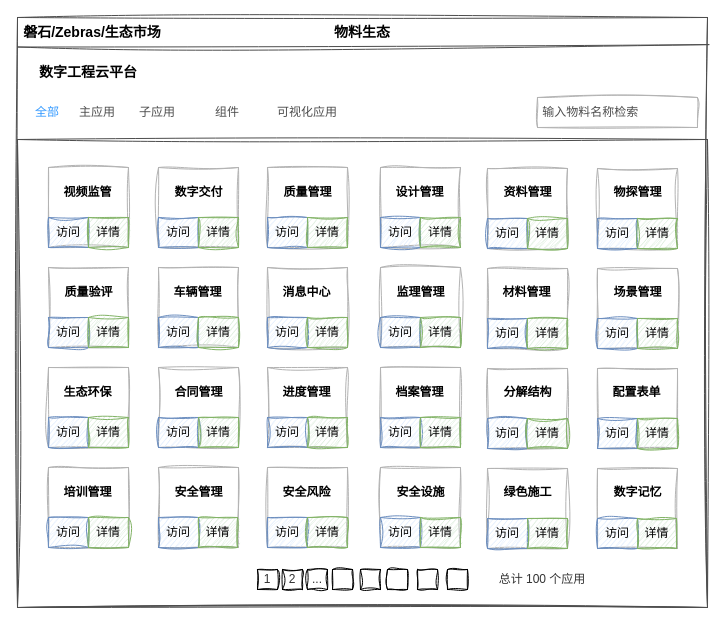
Earlier version of the draw.io diagram 低代码—物料市场.drawio (tangyaosimida/love). Source tidied: cells renumbered, new cells numbered last; positions are measured from the earlier drawing's top-left corner, leaving out a move shared by most shapes. Both pictures are drawn from the tidied source at 100%, with x=0, y=0 at pixel (17, 17).
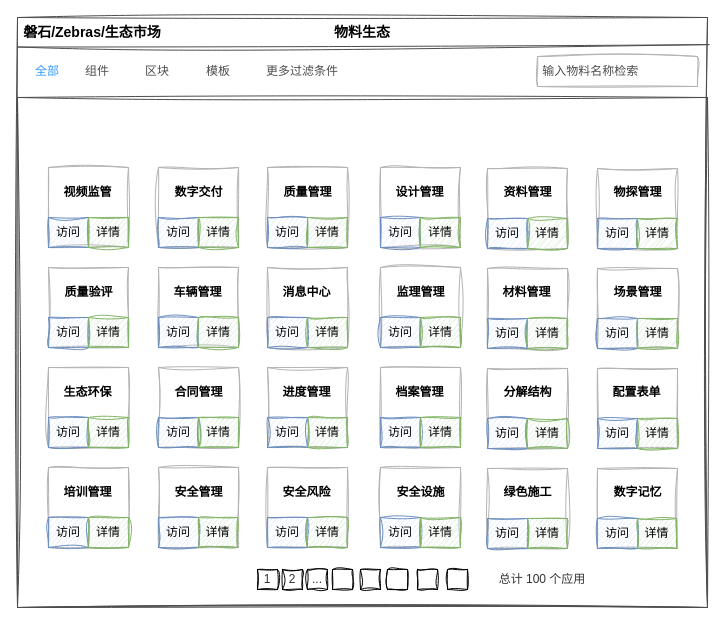
The same diagram, later.

Commit message (it also covers changes not shown here):
更新低代码—物料市场.drawio

The edit, as a diff of the source:
```diff
@@
     <mxCell id="3" style="rounded=0;whiteSpace=wrap;html=1;fillColor=none;strokeColor=#4D4D4D;shadow=0;sketch=1;curveFitting=1;jiggle=2;" parent="1" vertex="1">
-      <mxGeometry y="122" width="690" height="468" as="geometry" />
+      <mxGeometry y="80" width="690" height="510" as="geometry" />
     </mxCell>
-    <mxCell id="4" value="数字工程云平台" style="text;html=1;align=left;verticalAlign=middle;whiteSpace=wrap;rounded=0;shadow=0;fontSize=14;fontStyle=1;sketch=1;curveFitting=1;jiggle=2;" parent="1" vertex="1">
-      <mxGeometry x="20" y="40" width="210" height="30" as="geometry" />
-    </mxCell>
@@
     <mxCell id="7" value="&lt;font color=&quot;#4d4d4d&quot;&gt;&amp;nbsp;输入物料名称检索&lt;/font&gt;" style="text;html=1;align=left;verticalAlign=middle;whiteSpace=wrap;rounded=0;strokeColor=#B3B3B3;shadow=0;sketch=1;curveFitting=1;jiggle=2;" parent="1" vertex="1">
-      <mxGeometry x="520" y="80" width="160" height="30" as="geometry" />
+      <mxGeometry x="520" y="39" width="160" height="30" as="geometry" />
     </mxCell>
     <mxCell id="8" value="全部" style="text;html=1;align=center;verticalAlign=middle;whiteSpace=wrap;rounded=0;fontColor=#3399FF;shadow=0;sketch=1;curveFitting=1;jiggle=2;" parent="1" vertex="1">
-      <mxGeometry y="80" width="60" height="30" as="geometry" />
+      <mxGeometry y="39" width="60" height="30" as="geometry" />
     </mxCell>
-    <mxCell id="9" value="主应用" style="text;html=1;align=center;verticalAlign=middle;whiteSpace=wrap;rounded=0;fontColor=#4D4D4D;shadow=0;sketch=1;curveFitting=1;jiggle=2;" parent="1" vertex="1">
-      <mxGeometry x="60" y="80" width="40" height="30" as="geometry" />
+    <mxCell id="9" value="组件" style="text;html=1;align=center;verticalAlign=middle;whiteSpace=wrap;rounded=0;fontColor=#4D4D4D;shadow=0;sketch=1;curveFitting=1;jiggle=2;" parent="1" vertex="1">
+      <mxGeometry x="60" y="39" width="40" height="30" as="geometry" />
     </mxCell>
-    <mxCell id="10" value="&lt;font&gt;子应用&lt;/font&gt;" style="text;html=1;align=center;verticalAlign=middle;whiteSpace=wrap;rounded=0;shadow=0;fontColor=#4D4D4D;sketch=1;curveFitting=1;jiggle=2;" parent="1" vertex="1">
-      <mxGeometry x="120" y="80" width="40" height="30" as="geometry" />
+    <mxCell id="10" value="&lt;font&gt;区块&lt;/font&gt;" style="text;html=1;align=center;verticalAlign=middle;whiteSpace=wrap;rounded=0;shadow=0;fontColor=#4D4D4D;sketch=1;curveFitting=1;jiggle=2;" parent="1" vertex="1">
+      <mxGeometry x="120" y="39" width="40" height="30" as="geometry" />
     </mxCell>
-    <mxCell id="11" value="&lt;font&gt;组件&lt;/font&gt;" style="text;html=1;align=center;verticalAlign=middle;whiteSpace=wrap;rounded=0;shadow=0;fontColor=#4D4D4D;sketch=1;curveFitting=1;jiggle=2;" parent="1" vertex="1">
-      <mxGeometry x="190" y="80" width="40" height="30" as="geometry" />
+    <mxCell id="11" value="&lt;font&gt;模板&lt;/font&gt;" style="text;html=1;align=center;verticalAlign=middle;whiteSpace=wrap;rounded=0;shadow=0;fontColor=#4D4D4D;sketch=1;curveFitting=1;jiggle=2;" parent="1" vertex="1">
+      <mxGeometry x="181" y="39" width="40" height="30" as="geometry" />
     </mxCell>
-    <mxCell id="12" value="&lt;font&gt;可视化应用&lt;/font&gt;" style="text;html=1;align=center;verticalAlign=middle;whiteSpace=wrap;rounded=0;shadow=0;fontColor=#4D4D4D;sketch=1;curveFitting=1;jiggle=2;" parent="1" vertex="1">
-      <mxGeometry x="250" y="80" width="80" height="30" as="geometry" />
-    </mxCell>
@@
+    <mxCell id="119" value="&lt;font color=&quot;#4d4d4d&quot;&gt;更多过滤条件&lt;/font&gt;" style="text;html=1;align=center;verticalAlign=middle;whiteSpace=wrap;rounded=0;shadow=0;fontColor=#333333;sketch=1;curveFitting=1;jiggle=2;fillColor=none;strokeColor=none;" parent="1" vertex="1">
+      <mxGeometry x="240" y="39" width="90" height="30" as="geometry" />
+    </mxCell>
```
